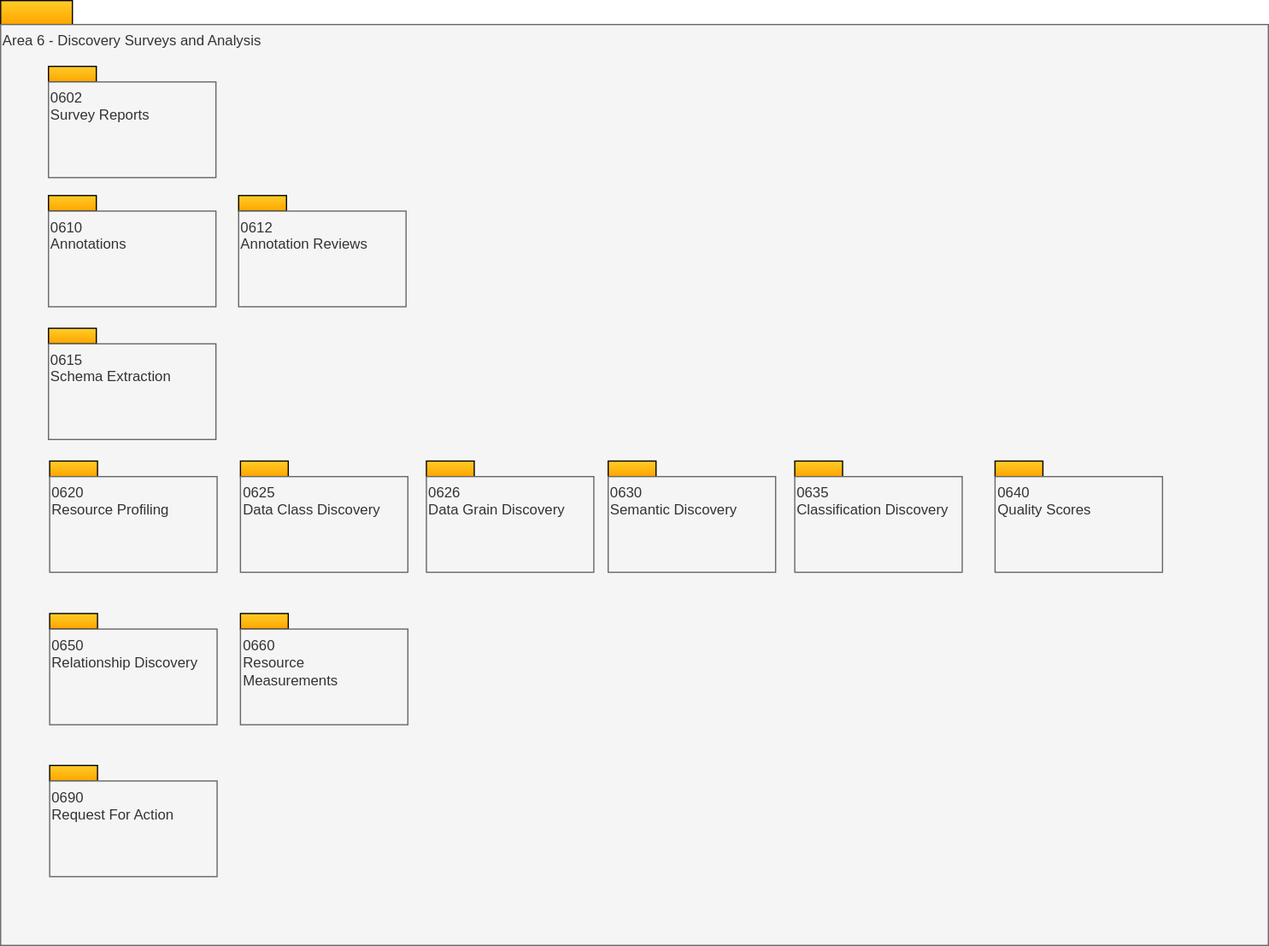
odpi/egeria-docs keeps this draw.io diagram as site/docs/types/6/area-6-discovery-overview.svg. Above is the earlier version. Source tidied: cells renumbered, new cells last; positions are measured from the earlier drawing's top-left corner, leaving out a move shared by most shapes.
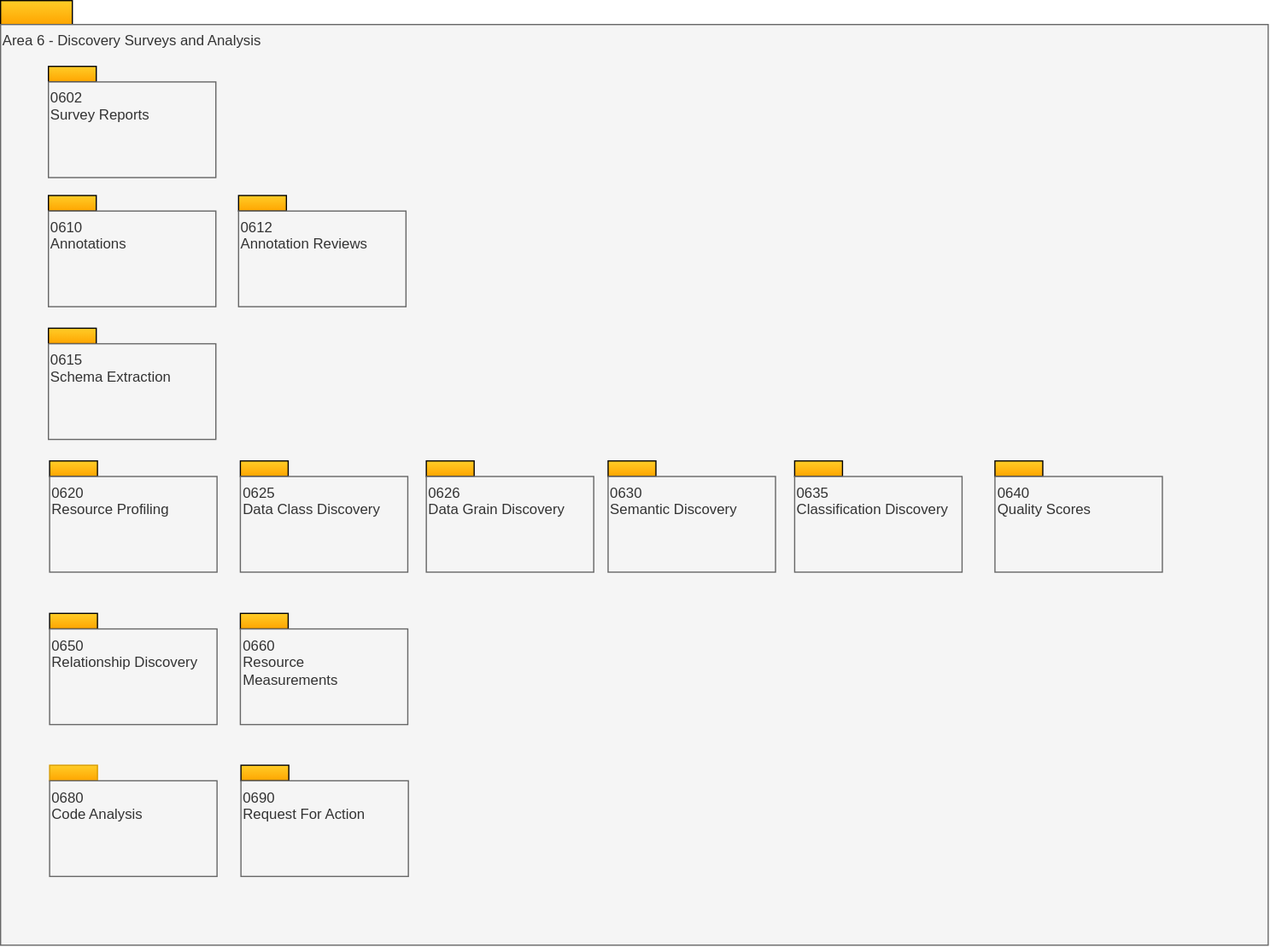
The same file after the commit.

Commit message:
Add description of new Annotation subtypes for code analysis

What changed in the source:
```diff
@@ -63,10 +63,10 @@
       <mxGeometry x="200.5" y="525.5" width="140" height="80" as="geometry" />
     </mxCell>
     <mxCell id="22" style="rounded=0;whiteSpace=wrap;html=1;align=left;fillColor=#ffcd28;strokeColor=#000000;gradientColor=#ffa500;" parent="1" vertex="1">
-      <mxGeometry x="41" y="639.5" width="40" height="13" as="geometry" />
+      <mxGeometry x="201" y="639.5" width="40" height="13" as="geometry" />
     </mxCell>
     <mxCell id="23" value="0690&lt;br&gt;Request For Action&lt;br&gt;" style="rounded=0;whiteSpace=wrap;html=1;align=left;verticalAlign=top;fillColor=#f5f5f5;fontColor=#333333;strokeColor=#666666;" parent="1" vertex="1">
-      <mxGeometry x="41" y="652.5" width="140" height="80" as="geometry" />
+      <mxGeometry x="201" y="652.5" width="140" height="80" as="geometry" />
     </mxCell>
     <mxCell id="24" style="rounded=0;whiteSpace=wrap;html=1;align=left;fillColor=#ffcd28;strokeColor=#000000;gradientColor=#ffa500;" parent="1" vertex="1">
       <mxGeometry x="831.5" y="385" width="40" height="13" as="geometry" />
@@ -86,5 +86,11 @@
     <mxCell id="29" value="0626&lt;br&gt;Data Grain Discovery" style="rounded=0;whiteSpace=wrap;html=1;align=left;verticalAlign=top;fillColor=#f5f5f5;fontColor=#333333;strokeColor=#666666;" parent="1" vertex="1">
       <mxGeometry x="356" y="398" width="140" height="80" as="geometry" />
     </mxCell>
+    <mxCell id="30" style="rounded=0;whiteSpace=wrap;html=1;align=left;fillColor=#ffcd28;strokeColor=#d79b00;gradientColor=#ffa500;" parent="1" vertex="1">
+      <mxGeometry x="41" y="639.5" width="40" height="13" as="geometry" />
+    </mxCell>
+    <mxCell id="31" value="0680&lt;br&gt;Code Analysis" style="rounded=0;whiteSpace=wrap;html=1;align=left;verticalAlign=top;fillColor=#f5f5f5;fontColor=#333333;strokeColor=#666666;" parent="1" vertex="1">
+      <mxGeometry x="41" y="652.5" width="140" height="80" as="geometry" />
+    </mxCell>
   </root>
 </mxGraphModel>
```
